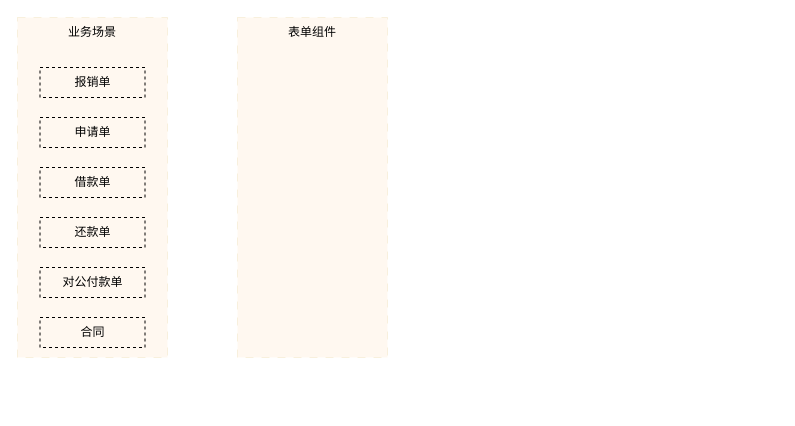
Before: c/formRender.drawio in littlelady2015/yctea, a draw.io diagram. Source tidied: cells renumbered, new cells numbered last; positions are measured from the earlier drawing's top-left corner, leaving out a move shared by most shapes. Both pictures are drawn from the tidied source at 100%, with x=0, y=0 at pixel (17, 17).
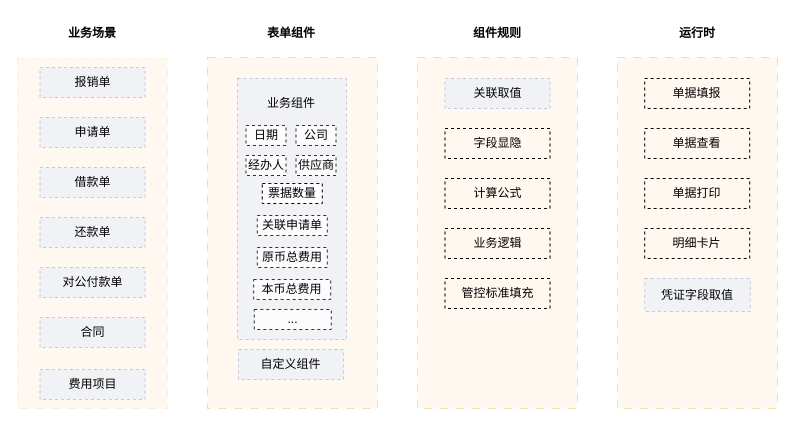
After the change.

The edit, as a diff of the source:
```diff
@@
+    <mxCell id="12" style="group;fillColor=#ffe6cc;strokeColor=#d79b00;opacity=30;dashed=1;dashPattern=8 8;" parent="1" vertex="1">
+      <mxGeometry x="190" y="40" width="170" height="351" as="geometry" />
+    </mxCell>
     <mxCell id="2" style="rounded=0;whiteSpace=wrap;html=1;fillColor=#ffe6cc;strokeColor=#e9d49f;opacity=30;dashed=1;dashPattern=8 8;" parent="1" vertex="1">
-      <mxGeometry width="150" height="340" as="geometry" />
+      <mxGeometry y="41" width="150" height="350" as="geometry" />
     </mxCell>
-    <mxCell id="3" value="业务场景" style="text;html=1;strokeColor=none;fillColor=none;align=center;verticalAlign=middle;whiteSpace=wrap;rounded=0;" parent="1" vertex="1">
-      <mxGeometry x="45" width="60" height="30" as="geometry" />
+    <mxCell id="3" value="业务场景" style="text;html=1;strokeColor=none;fillColor=none;align=center;verticalAlign=middle;whiteSpace=wrap;rounded=0;fontStyle=1;" parent="1" vertex="1">
+      <mxGeometry x="45" y="1" width="60" height="30" as="geometry" />
     </mxCell>
+    <mxCell id="11" value="表单组件" style="text;html=1;strokeColor=none;fillColor=none;align=center;verticalAlign=middle;whiteSpace=wrap;rounded=0;fontStyle=1;" parent="1" vertex="1">
+      <mxGeometry x="242.5" y="0.5" width="62" height="31" as="geometry" />
+    </mxCell>
+    <mxCell id="13" style="rounded=0;whiteSpace=wrap;html=1;fillColor=#dae8fc;dashed=1;strokeColor=#6c8ebf;opacity=40;" parent="1" vertex="1">
+      <mxGeometry x="220" y="61" width="109" height="261" as="geometry" />
+    </mxCell>
+    <mxCell id="14" value="自定义组件" style="rounded=0;whiteSpace=wrap;html=1;fillColor=#dae8fc;dashed=1;strokeColor=#6c8ebf;opacity=40;" parent="1" vertex="1">
+      <mxGeometry x="221" y="332" width="105" height="30" as="geometry" />
+    </mxCell>
+    <mxCell id="15" value="业务组件" style="text;html=1;strokeColor=none;fillColor=none;align=center;verticalAlign=middle;whiteSpace=wrap;rounded=0;" parent="1" vertex="1">
+      <mxGeometry x="243.5" y="71" width="60" height="30" as="geometry" />
+    </mxCell>
+    <mxCell id="16" value="日期" style="rounded=0;whiteSpace=wrap;html=1;dashed=1;opacity=80;" parent="1" vertex="1">
+      <mxGeometry x="228.5" y="108" width="40" height="20" as="geometry" />
+    </mxCell>
+    <mxCell id="17" value="公司" style="rounded=0;whiteSpace=wrap;html=1;dashed=1;opacity=80;" parent="1" vertex="1">
+      <mxGeometry x="278.5" y="108" width="40" height="20" as="geometry" />
+    </mxCell>
+    <mxCell id="18" value="经办人" style="rounded=0;whiteSpace=wrap;html=1;dashed=1;opacity=80;" parent="1" vertex="1">
+      <mxGeometry x="228.5" y="138" width="40" height="20" as="geometry" />
+    </mxCell>
+    <mxCell id="19" value="供应商" style="rounded=0;whiteSpace=wrap;html=1;dashed=1;opacity=80;" parent="1" vertex="1">
+      <mxGeometry x="278.5" y="138" width="40" height="20" as="geometry" />
+    </mxCell>
+    <mxCell id="20" value="票据数量" style="rounded=0;whiteSpace=wrap;html=1;dashed=1;" parent="1" vertex="1">
+      <mxGeometry x="244.8" y="166" width="60" height="20" as="geometry" />
+    </mxCell>
+    <mxCell id="21" value="关联申请单" style="rounded=0;whiteSpace=wrap;html=1;dashed=1;opacity=80;" parent="1" vertex="1">
+      <mxGeometry x="239.8" y="198" width="70" height="20" as="geometry" />
+    </mxCell>
+    <mxCell id="22" value="原币总费用" style="rounded=0;whiteSpace=wrap;html=1;dashed=1;opacity=80;" parent="1" vertex="1">
+      <mxGeometry x="239.8" y="230" width="70" height="20" as="geometry" />
+    </mxCell>
+    <mxCell id="23" value="本币总费用" style="rounded=0;whiteSpace=wrap;html=1;dashed=1;opacity=80;" parent="1" vertex="1">
+      <mxGeometry x="236.2" y="262" width="77" height="20" as="geometry" />
+    </mxCell>
+    <mxCell id="24" value="..." style="rounded=0;whiteSpace=wrap;html=1;dashed=1;opacity=80;" parent="1" vertex="1">
+      <mxGeometry x="236.8" y="292" width="77" height="20" as="geometry" />
+    </mxCell>
+    <mxCell id="25" style="edgeStyle=orthogonalEdgeStyle;rounded=0;orthogonalLoop=1;jettySize=auto;html=1;exitX=0.5;exitY=1;exitDx=0;exitDy=0;fontStyle=1;" parent="1" edge="1" source="11" target="11">
+      <mxGeometry relative="1" as="geometry" />
+    </mxCell>
+    <mxCell id="26" style="rounded=0;whiteSpace=wrap;html=1;fillColor=#ffe6cc;strokeColor=#d79b00;opacity=30;dashed=1;dashPattern=8 8;" parent="1" vertex="1">
+      <mxGeometry x="600" y="40" width="160" height="351" as="geometry" />
+    </mxCell>
+    <mxCell id="27" value="运行时" style="text;html=1;strokeColor=none;fillColor=none;align=center;verticalAlign=middle;whiteSpace=wrap;rounded=0;fontStyle=1;" parent="1" vertex="1">
+      <mxGeometry x="650" y="1" width="60" height="30" as="geometry" />
+    </mxCell>
+    <mxCell id="28" value="单据填报" style="rounded=0;whiteSpace=wrap;html=1;fillColor=none;dashed=1;" parent="1" vertex="1">
+      <mxGeometry x="627.2" y="61" width="105" height="30" as="geometry" />
+    </mxCell>
+    <mxCell id="29" value="单据查看" style="rounded=0;whiteSpace=wrap;html=1;fillColor=none;dashed=1;" parent="1" vertex="1">
+      <mxGeometry x="627.2" y="111" width="105" height="30" as="geometry" />
+    </mxCell>
+    <mxCell id="30" value="单据打印" style="rounded=0;whiteSpace=wrap;html=1;fillColor=none;dashed=1;" parent="1" vertex="1">
+      <mxGeometry x="627.2" y="161" width="105" height="30" as="geometry" />
+    </mxCell>
+    <mxCell id="31" value="明细卡片" style="rounded=0;whiteSpace=wrap;html=1;fillColor=none;dashed=1;" parent="1" vertex="1">
+      <mxGeometry x="627.2" y="211" width="105" height="30" as="geometry" />
+    </mxCell>
+    <mxCell id="32" value="凭证字段取值" style="text;html=1;strokeColor=#6c8ebf;fillColor=#dae8fc;align=center;verticalAlign=middle;whiteSpace=wrap;rounded=0;dashed=1;opacity=40;" parent="1" vertex="1">
+      <mxGeometry x="627.2" y="261" width="105.6" height="33" as="geometry" />
+    </mxCell>
+    <mxCell id="33" style="rounded=0;whiteSpace=wrap;html=1;fillColor=#ffe6cc;strokeColor=#d79b00;opacity=30;dashed=1;dashPattern=8 8;" parent="1" vertex="1">
+      <mxGeometry x="400" y="40" width="160" height="351" as="geometry" />
+    </mxCell>
+    <mxCell id="34" value="组件规则" style="text;html=1;strokeColor=none;fillColor=none;align=center;verticalAlign=middle;whiteSpace=wrap;rounded=0;fontStyle=1;" parent="1" vertex="1">
+      <mxGeometry x="450" y="1" width="60" height="30" as="geometry" />
+    </mxCell>
+    <mxCell id="35" value="关联取值" style="rounded=0;whiteSpace=wrap;html=1;fillColor=#dae8fc;dashed=1;strokeColor=#6c8ebf;opacity=40;" parent="1" vertex="1">
+      <mxGeometry x="427.5" y="61" width="105" height="30" as="geometry" />
+    </mxCell>
+    <mxCell id="36" value="字段显隐" style="rounded=0;whiteSpace=wrap;html=1;fillColor=none;dashed=1;" parent="1" vertex="1">
+      <mxGeometry x="427.5" y="111" width="105" height="30" as="geometry" />
+    </mxCell>
+    <mxCell id="37" value="计算公式" style="rounded=0;whiteSpace=wrap;html=1;fillColor=none;dashed=1;" parent="1" vertex="1">
+      <mxGeometry x="427.5" y="161" width="105" height="30" as="geometry" />
+    </mxCell>
+    <mxCell id="38" value="业务逻辑" style="rounded=0;whiteSpace=wrap;html=1;fillColor=none;dashed=1;" parent="1" vertex="1">
+      <mxGeometry x="427.5" y="211" width="105" height="30" as="geometry" />
+    </mxCell>
+    <mxCell id="39" value="管控标准填充" style="rounded=0;whiteSpace=wrap;html=1;fillColor=none;dashed=1;" parent="1" vertex="1">
+      <mxGeometry x="427.5" y="261" width="105" height="30" as="geometry" />
+    </mxCell>
-    <mxCell id="4" value="报销单" style="rounded=0;whiteSpace=wrap;html=1;fillColor=none;dashed=1;" parent="1" vertex="1">
+    <mxCell id="4" value="报销单" style="rounded=0;whiteSpace=wrap;html=1;fillColor=#dae8fc;dashed=1;strokeColor=#6c8ebf;opacity=40;" parent="1" vertex="1">
       <mxGeometry x="22.5" y="50" width="105" height="30" as="geometry" />
     </mxCell>
-    <mxCell id="5" value="申请单" style="rounded=0;whiteSpace=wrap;html=1;fillColor=none;dashed=1;" parent="1" vertex="1">
+    <mxCell id="5" value="申请单" style="rounded=0;whiteSpace=wrap;html=1;fillColor=#dae8fc;dashed=1;strokeColor=#6c8ebf;opacity=40;" parent="1" vertex="1">
       <mxGeometry x="22.5" y="100" width="105" height="30" as="geometry" />
     </mxCell>
-    <mxCell id="6" value="借款单" style="rounded=0;whiteSpace=wrap;html=1;fillColor=none;dashed=1;" parent="1" vertex="1">
+    <mxCell id="6" value="借款单" style="rounded=0;whiteSpace=wrap;html=1;fillColor=#dae8fc;dashed=1;strokeColor=#6c8ebf;opacity=40;" parent="1" vertex="1">
       <mxGeometry x="22.5" y="150" width="105" height="30" as="geometry" />
     </mxCell>
-    <mxCell id="7" value="还款单" style="rounded=0;whiteSpace=wrap;html=1;fillColor=none;dashed=1;" parent="1" vertex="1">
+    <mxCell id="7" value="还款单" style="rounded=0;whiteSpace=wrap;html=1;fillColor=#dae8fc;dashed=1;strokeColor=#6c8ebf;opacity=40;" parent="1" vertex="1">
       <mxGeometry x="22.5" y="200" width="105" height="30" as="geometry" />
     </mxCell>
-    <mxCell id="8" value="对公付款单" style="rounded=0;whiteSpace=wrap;html=1;fillColor=none;dashed=1;" parent="1" vertex="1">
+    <mxCell id="8" value="对公付款单" style="rounded=0;whiteSpace=wrap;html=1;fillColor=#dae8fc;dashed=1;strokeColor=#6c8ebf;opacity=40;" parent="1" vertex="1">
       <mxGeometry x="22.5" y="250" width="105" height="30" as="geometry" />
     </mxCell>
-    <mxCell id="9" value="合同" style="rounded=0;whiteSpace=wrap;html=1;fillColor=none;dashed=1;" parent="1" vertex="1">
+    <mxCell id="9" value="合同" style="rounded=0;whiteSpace=wrap;html=1;fillColor=#dae8fc;dashed=1;strokeColor=#6c8ebf;opacity=40;" parent="1" vertex="1">
       <mxGeometry x="22.5" y="300" width="105" height="30" as="geometry" />
     </mxCell>
-    <mxCell id="10" style="rounded=0;whiteSpace=wrap;html=1;fillColor=#ffe6cc;strokeColor=#e9d49f;opacity=30;dashed=1;dashPattern=8 8;" parent="1" vertex="1">
-      <mxGeometry x="220" width="150" height="340" as="geometry" />
-    </mxCell>
-    <mxCell id="11" value="表单组件" style="text;html=1;strokeColor=none;fillColor=none;align=center;verticalAlign=middle;whiteSpace=wrap;rounded=0;" parent="1" vertex="1">
-      <mxGeometry x="265" width="60" height="30" as="geometry" />
-    </mxCell>
+    <mxCell id="40" value="费用项目" style="rounded=0;whiteSpace=wrap;html=1;fillColor=#dae8fc;dashed=1;strokeColor=#6c8ebf;opacity=40;" parent="1" vertex="1">
+      <mxGeometry x="22.5" y="352" width="105" height="30" as="geometry" />
+    </mxCell>
```
